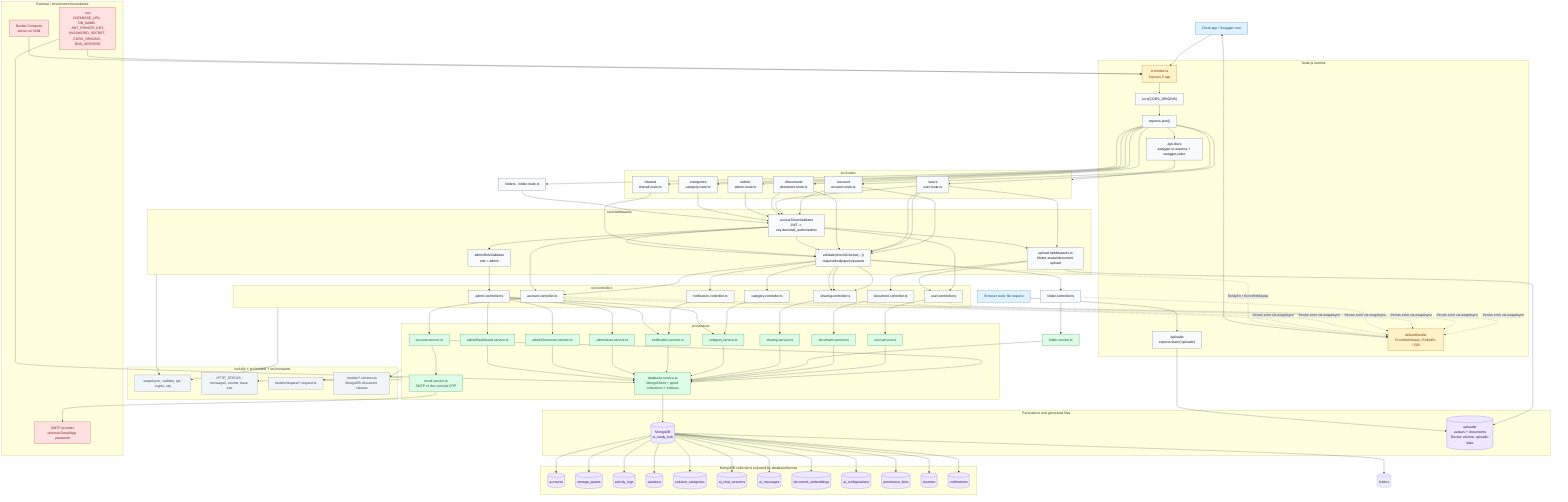
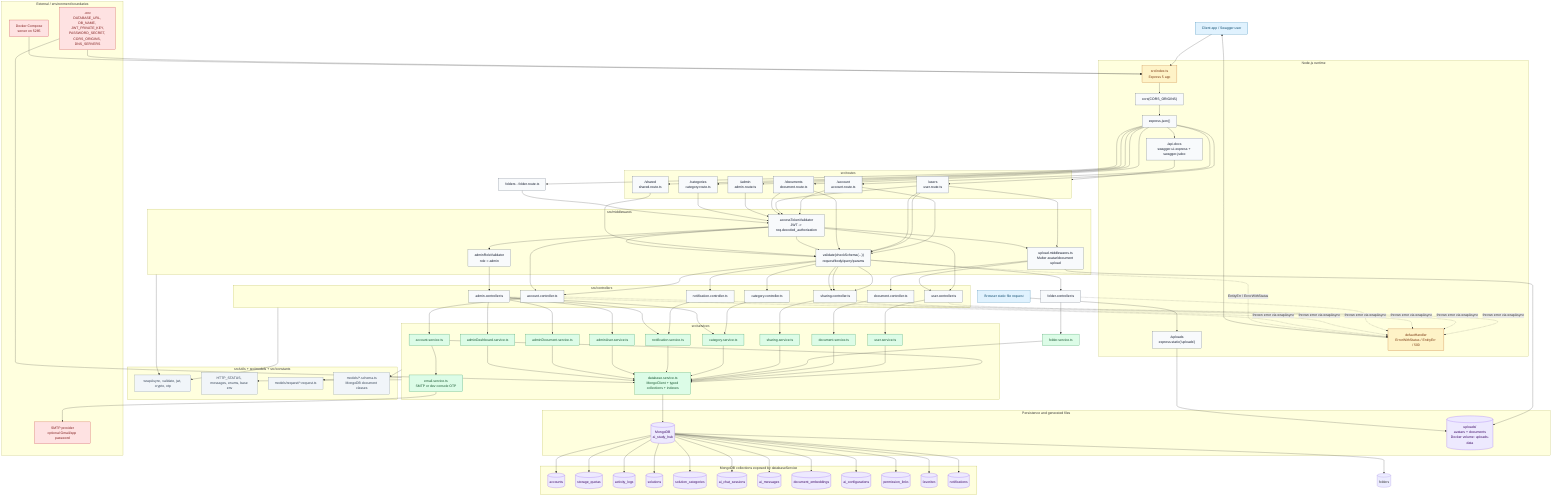
flowchart TB
  %% AI Study Hub - current backend system architecture
  classDef client fill:#e0f2fe,stroke:#0369a1,color:#0c4a6e
  classDef entry fill:#fef3c7,stroke:#b45309,color:#78350f
  classDef layer fill:#f8fafc,stroke:#475569,color:#0f172a
  classDef service fill:#dcfce7,stroke:#15803d,color:#14532d
  classDef data fill:#ede9fe,stroke:#7c3aed,color:#3b0764
  classDef external fill:#fee2e2,stroke:#b91c1c,color:#7f1d1d
  classDef note fill:#f1f5f9,stroke:#64748b,color:#334155

  Client[Client app / Swagger user]:::client
  Browser[Browser static file request]:::client

  subgraph Runtime["Node.js runtime"]
    Express["src/index.ts\nExpress 5 app"]:::entry
    CORS["cors(CORS_ORIGINS)"]:::layer
    JSON["express.json()"]:::layer
    StaticUploads["/uploads\nexpress.static('uploads')"]:::layer
    SwaggerUI["/api-docs\nswagger-ui-express + swagger-jsdoc"]:::layer
    ErrorHandler["defautHandler\nErrorWithStatus / EntityErr / 500"]:::entry
  end

  subgraph Routes["src/routes"]
    AccountRoute["/account\naccount.route.ts"]:::layer
    UserRoute["/users\nuser.route.ts"]:::layer
    DocumentRoute["/documents\ndocument.route.ts"]:::layer
    AdminRoute["/admin\nadmin.route.ts"]:::layer
    CategoryRoute["/categories\ncategory.route.ts"]:::layer
    SharedRoute["/shared\nshared.route.ts"]:::layer
  end

  subgraph Middlewares["src/middlewares"]
    Validators["validate(checkSchema(...))\nrequest/body/query/params"]:::layer
    AccessToken["accessTokenValidator\nJWT -> req.decoded_authorization"]:::layer
    AdminRole["adminRoleValidator\nrole = admin"]:::layer
    Upload["upload.middlewares.ts\nMulter avatar/document upload"]:::layer
  end

  subgraph Controllers["src/controllers"]
    AccountController["account.controller.ts"]:::layer
    UserController["user.controller.ts"]:::layer
    DocumentController["document.controller.ts"]:::layer
    SharingController["sharing.controller.ts"]:::layer
    AdminController["admin.controller.ts"]:::layer
    CategoryController["category.controller.ts"]:::layer
    NotificationController["notification.controller.ts"]:::layer
  end

  subgraph Services["src/services"]
    AccountService["account.service.ts"]:::service
    EmailService["email.service.ts\nSMTP or dev console OTP"]:::service
    UserService["user.service.ts"]:::service
    DocumentService["document.service.ts"]:::service
    SharingService["sharing.service.ts"]:::service
    CategoryService["category.service.ts"]:::service
    NotificationService["notification.service.ts"]:::service
    AdminUserService["adminUser.service.ts"]:::service
    AdminDocumentService["adminDocument.service.ts"]:::service
    AdminDashboardService["adminDashboard.service.ts"]:::service
    DatabaseService["database.service.ts\nMongoClient + typed collections + indexes"]:::service
  end

  subgraph UtilsModels["src/utils + src/models + src/constants"]
    Utils["wrapAsync, validate, jwt, crypto, otp"]:::note
    Constants["HTTP_STATUS, messages, enums, base env"]:::note
    RequestTypes["models/request/*.request.ts"]:::note
    Schemas["models/*.schema.ts\nMongoDB document classes"]:::note
  end

  subgraph Storage["Persistence and generated files"]
    Mongo[(MongoDB\nai_study_hub)]:::data
    Uploads[(uploads/\navatars + documents\nDocker volume: uploads-data)]:::data
  end

  subgraph Collections["MongoDB collections exposed by databaseService"]
    Accounts[(accounts)]:::data
    StorageQuotas[(storage_quotas)]:::data
    ActivityLogs[(activity_logs)]:::data
    Solutions[(solutions)]:::data
    SolutionCategories[(solution_categories)]:::data
    AiChatSessions[(ai_chat_sessions)]:::data
    AiMessages[(ai_messages)]:::data
    DocumentEmbeddings[(document_embeddings)]:::data
    AiConfigurations[(ai_configurations)]:::data
    PermissionLinks[(permission_links)]:::data
    Favorites[(favorites)]:::data
    Notifications[(notifications)]:::data
  end

  subgraph External["External / environment boundaries"]
    SMTP["SMTP provider\noptional Gmail/app password"]:::external
    Env[".env\nDATABASE_URL, DB_NAME, JWT_PRIVATE_KEY,\nPASSWORD_SECRET, CORS_ORIGINS, DNS_SERVERS"]:::external
-     Docker["Docker Compose\nserver on 5284"]:::external
+     Docker["Docker Compose\nserver on 5285"]:::external
  end

  Client --> Express
  Browser --> StaticUploads
  Express --> CORS --> JSON
  JSON --> SwaggerUI
  JSON --> AccountRoute
  JSON --> UserRoute
  JSON --> DocumentRoute
  JSON --> AdminRoute
  JSON --> CategoryRoute
  JSON --> SharedRoute
  JSON --> FolderRoute[folders - folder.route.ts]:::layer

  AccountRoute --> Validators --> AccountController
  AccountRoute --> AccessToken --> AccountController
  UserRoute --> AccessToken --> UserController
  UserRoute --> Upload --> UserController
  UserRoute --> Validators --> NotificationController
  UserRoute --> Validators --> SharingController
  DocumentRoute --> AccessToken --> Upload --> DocumentController
  DocumentRoute --> Validators --> SharingController
  AdminRoute --> AccessToken --> AdminRole --> AdminController
  CategoryRoute --> AccessToken --> Validators --> CategoryController
  SharedRoute --> Validators --> SharingController
  FolderRoute --> AccessToken --> Validators --> FolderController[folder.controller.ts]:::layer

  AccountController --> AccountService
  AccountService --> EmailService
  UserController --> UserService
  DocumentController --> DocumentService
  FolderController --> FolderService[folder.service.ts]:::service
  SharingController --> SharingService
  CategoryController --> CategoryService
  NotificationController --> NotificationService
  AdminController --> AdminUserService
  AdminController --> AdminDocumentService
  AdminController --> AdminDashboardService
  AdminController --> CategoryService
  AdminController --> NotificationService

  AccountService --> DatabaseService
  UserService --> DatabaseService
  DocumentService --> DatabaseService
  FolderService --> DatabaseService
  SharingService --> DatabaseService
  CategoryService --> DatabaseService
  NotificationService --> DatabaseService
  AdminUserService --> DatabaseService
  AdminDocumentService --> DatabaseService
  AdminDashboardService --> DatabaseService

  Upload --> Uploads
  StaticUploads --> Uploads
  EmailService --> SMTP
  Env --> Express
  Env --> DatabaseService
  Docker --> Express
  SwaggerUI --> Routes

  DatabaseService --> Mongo
  Mongo --> Accounts
  Mongo --> StorageQuotas
  Mongo --> ActivityLogs
  Mongo --> Solutions
  Mongo --> Folders[(folders)]
  Mongo --> SolutionCategories
  Mongo --> AiChatSessions
  Mongo --> AiMessages
  Mongo --> DocumentEmbeddings
  Mongo --> AiConfigurations
  Mongo --> PermissionLinks
  Mongo --> Favorites
  Mongo --> Notifications

  Controllers --> Utils
  Middlewares --> Utils
  Services --> Constants
  Services --> RequestTypes
  Services --> Schemas

  AccountController -. thrown error via wrapAsync .-> ErrorHandler
  UserController -. thrown error via wrapAsync .-> ErrorHandler
  DocumentController -. thrown error via wrapAsync .-> ErrorHandler
  FolderController -. thrown error via wrapAsync .-> ErrorHandler
  SharingController -. thrown error via wrapAsync .-> ErrorHandler
  AdminController -. thrown error via wrapAsync .-> ErrorHandler
  Validators -. EntityErr / ErrorWithStatus .-> ErrorHandler
  ErrorHandler --> Client
